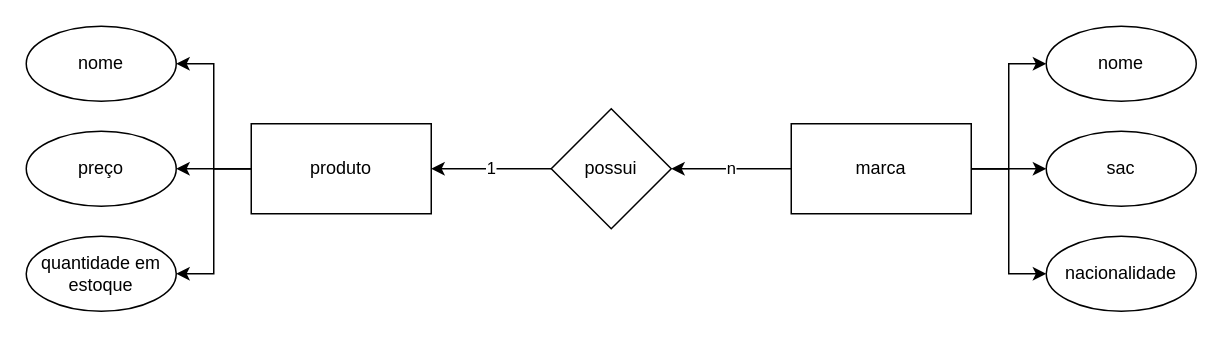
gabrielschmidtnogueira/diagramas keeps this draw.io diagram as banco de dados/mercado.drawio. Above is the earlier version. Source tidied: cells renumbered, new cells numbered last; positions are measured from the earlier drawing's top-left corner, leaving out a move shared by most shapes. Both pictures are drawn from the tidied source at 150%, with x=0, y=0 at pixel (26, 26).
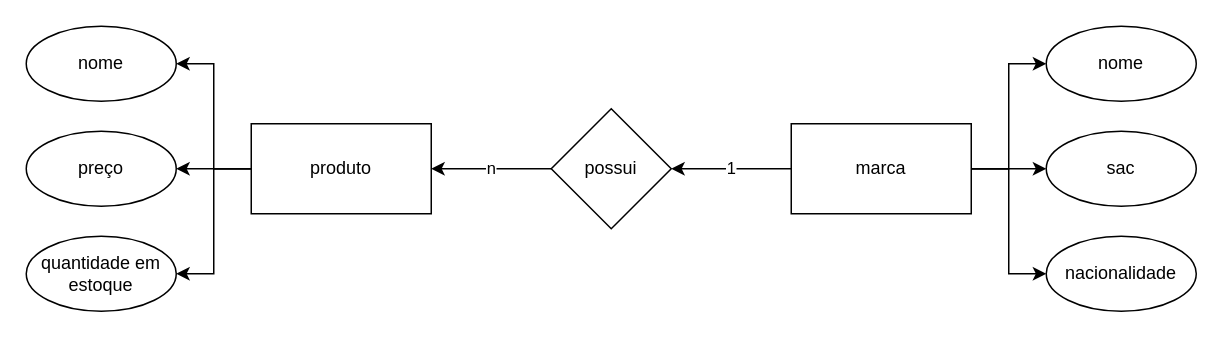
After the change.

Change to the diagram source:
```diff
@@
 <mxGraphModel>
   <root>
     <mxCell id="0" />
     <mxCell id="1" parent="0" />
     <mxCell id="2" style="edgeStyle=orthogonalEdgeStyle;rounded=0;jettySize=auto;html=1;entryX=1;entryY=0.5;entryDx=0;entryDy=0;" parent="1" edge="1" source="5" target="6">
       <mxGeometry relative="1" as="geometry" />
     </mxCell>
     <mxCell id="3" style="edgeStyle=orthogonalEdgeStyle;rounded=0;jettySize=auto;html=1;entryX=1;entryY=0.5;entryDx=0;entryDy=0;" parent="1" edge="1" source="5" target="7">
       <mxGeometry relative="1" as="geometry" />
     </mxCell>
     <mxCell id="4" style="edgeStyle=orthogonalEdgeStyle;rounded=0;jettySize=auto;html=1;entryX=1;entryY=0.5;entryDx=0;entryDy=0;" parent="1" edge="1" source="5" target="8">
       <mxGeometry relative="1" as="geometry" />
     </mxCell>
     <mxCell id="5" value="produto" style="rounded=0;whiteSpace=wrap;html=1;" parent="1" vertex="1">
       <mxGeometry x="150" y="65" width="120" height="60" as="geometry" />
     </mxCell>
     <mxCell id="6" value="nome" style="ellipse;whiteSpace=wrap;html=1;" parent="1" vertex="1">
       <mxGeometry width="100" height="50" as="geometry" />
     </mxCell>
     <mxCell id="7" value="preço" style="ellipse;whiteSpace=wrap;html=1;" parent="1" vertex="1">
       <mxGeometry y="70" width="100" height="50" as="geometry" />
     </mxCell>
     <mxCell id="8" value="quantidade em estoque" style="ellipse;whiteSpace=wrap;html=1;" parent="1" vertex="1">
       <mxGeometry y="140" width="100" height="50" as="geometry" />
     </mxCell>
-    <mxCell id="9" value="1" style="edgeStyle=orthogonalEdgeStyle;rounded=0;jettySize=auto;html=1;" parent="1" edge="1" source="10" target="5">
+    <mxCell id="9" value="n" style="edgeStyle=orthogonalEdgeStyle;rounded=0;jettySize=auto;html=1;" parent="1" edge="1" source="10" target="5">
       <mxGeometry relative="1" as="geometry" />
     </mxCell>
     <mxCell id="10" value="possui" style="rhombus;whiteSpace=wrap;html=1;" parent="1" vertex="1">
       <mxGeometry x="350" y="55" width="80" height="80" as="geometry" />
     </mxCell>
     <mxCell id="11" style="edgeStyle=orthogonalEdgeStyle;rounded=0;jettySize=auto;html=1;entryX=0;entryY=0.5;entryDx=0;entryDy=0;" parent="1" edge="1" source="15" target="16">
       <mxGeometry relative="1" as="geometry" />
     </mxCell>
     <mxCell id="12" style="edgeStyle=orthogonalEdgeStyle;rounded=0;jettySize=auto;html=1;entryX=0;entryY=0.5;entryDx=0;entryDy=0;" parent="1" edge="1" source="15" target="17">
       <mxGeometry relative="1" as="geometry" />
     </mxCell>
     <mxCell id="13" style="edgeStyle=orthogonalEdgeStyle;rounded=0;jettySize=auto;html=1;entryX=0;entryY=0.5;entryDx=0;entryDy=0;" parent="1" edge="1" source="15" target="18">
       <mxGeometry relative="1" as="geometry" />
     </mxCell>
-    <mxCell id="14" value="n" style="edgeStyle=orthogonalEdgeStyle;rounded=0;jettySize=auto;html=1;entryX=1;entryY=0.5;entryDx=0;entryDy=0;" parent="1" edge="1" source="15" target="10">
+    <mxCell id="14" value="1" style="edgeStyle=orthogonalEdgeStyle;rounded=0;jettySize=auto;html=1;entryX=1;entryY=0.5;entryDx=0;entryDy=0;" parent="1" edge="1" source="15" target="10">
       <mxGeometry relative="1" as="geometry" />
     </mxCell>
     <mxCell id="15" value="marca" style="rounded=0;whiteSpace=wrap;html=1;" parent="1" vertex="1">
       <mxGeometry x="510" y="65" width="120" height="60" as="geometry" />
     </mxCell>
     <mxCell id="16" value="nome" style="ellipse;whiteSpace=wrap;html=1;" parent="1" vertex="1">
       <mxGeometry x="680" width="100" height="50" as="geometry" />
     </mxCell>
     <mxCell id="17" value="sac" style="ellipse;whiteSpace=wrap;html=1;" parent="1" vertex="1">
       <mxGeometry x="680" y="70" width="100" height="50" as="geometry" />
     </mxCell>
     <mxCell id="18" value="nacionalidade" style="ellipse;whiteSpace=wrap;html=1;" parent="1" vertex="1">
       <mxGeometry x="680" y="140" width="100" height="50" as="geometry" />
     </mxCell>
   </root>
 </mxGraphModel>
```
